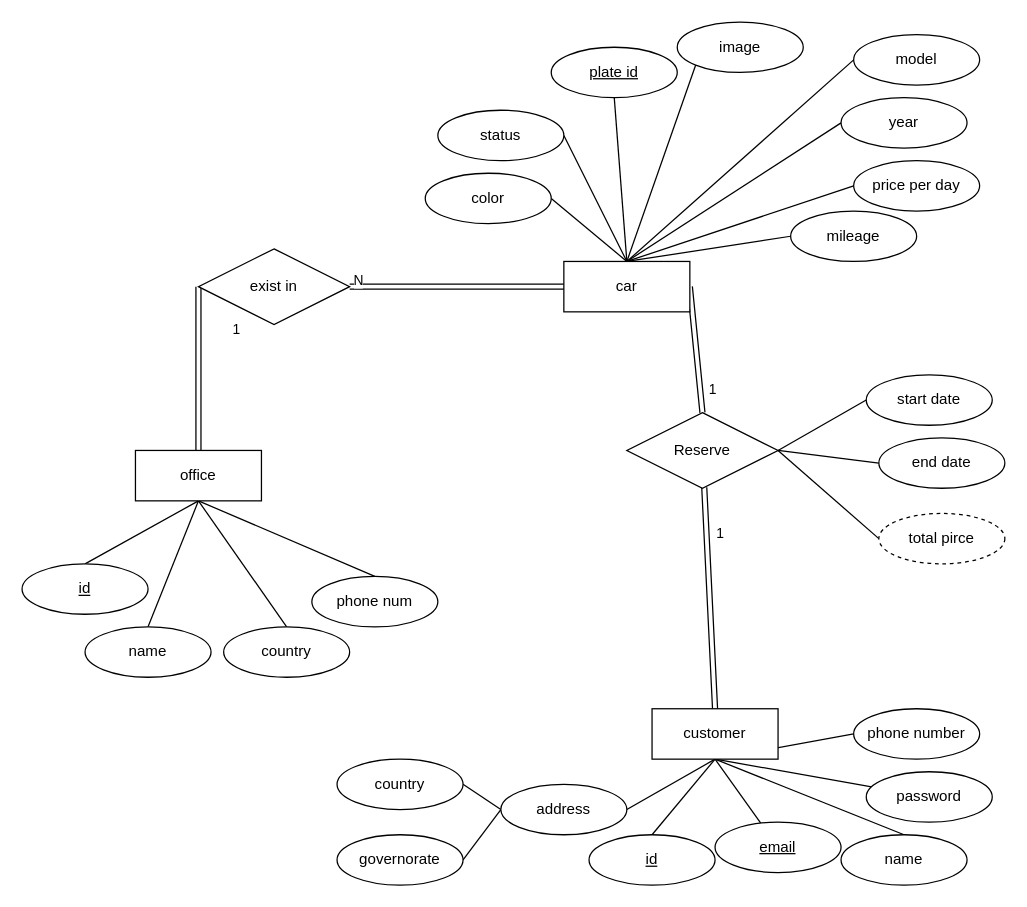
Above: diagrams/Car_Rental_System.drawio in DiaaAhmedHassan/car_rental_database (draw.io), before the change. Source tidied: cells renumbered, new cells numbered last; positions are measured from the earlier drawing's top-left corner, leaving out a move shared by most shapes. Both pictures are drawn from the tidied source at 126%, with x=0, y=0 at pixel (21, 21).
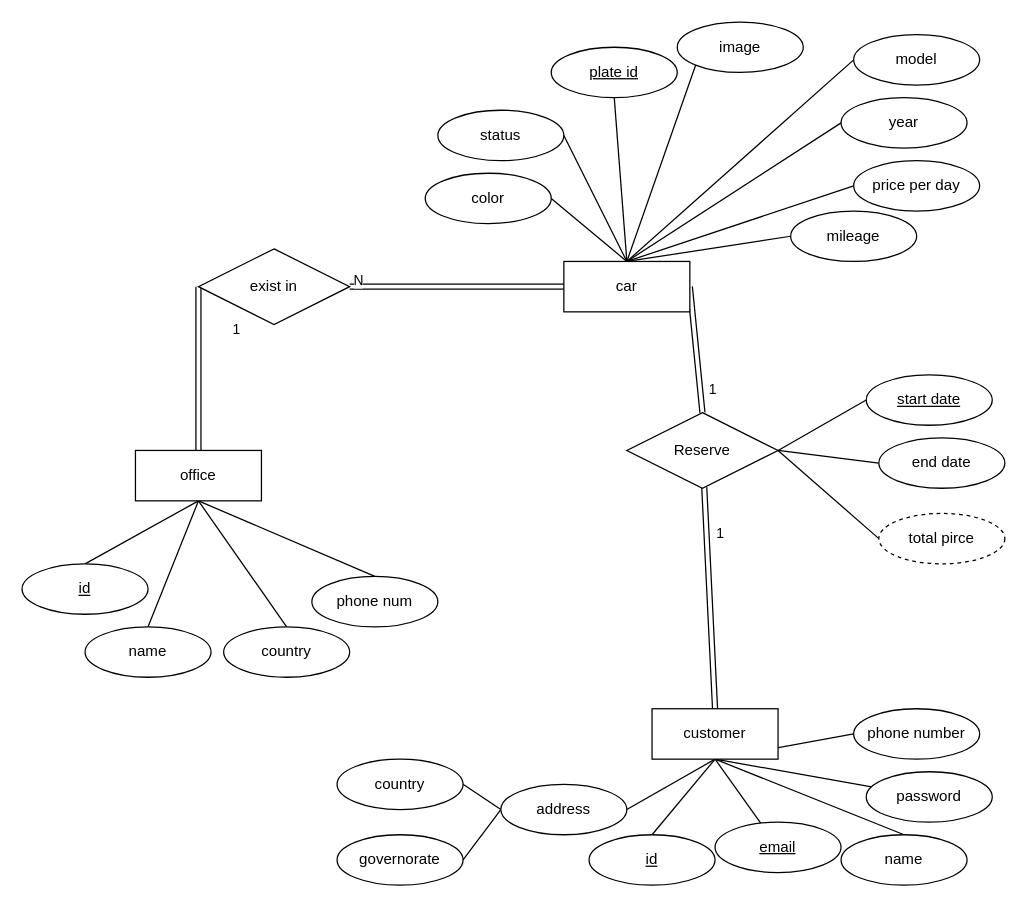
The same page after the edit.

The edit, as a diff of the source:
```diff
@@
-    <mxCell id="41" value="start date" style="ellipse;whiteSpace=wrap;html=1;align=center;" parent="1" vertex="1">
+    <mxCell id="41" value="&lt;u&gt;start date&lt;/u&gt;" style="ellipse;whiteSpace=wrap;html=1;align=center;" parent="1" vertex="1">
       <mxGeometry x="670" y="280" width="100" height="40" as="geometry" />
     </mxCell>
```
